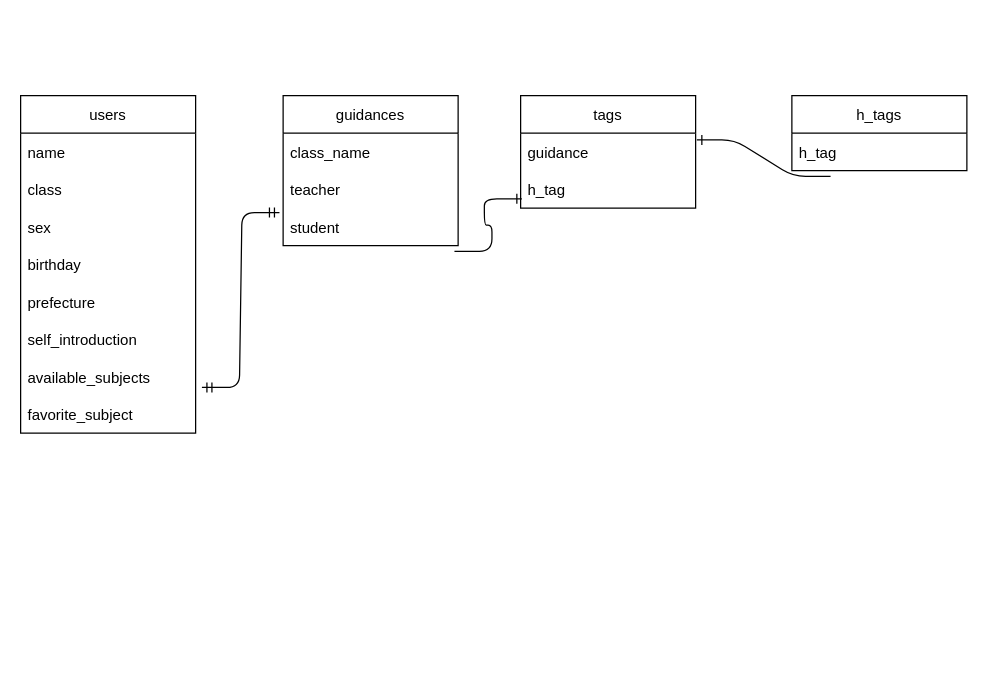
Before: ER.dio in kazukiti123/Edupace, a draw.io diagram. Source tidied: cells renumbered, new cells numbered last; positions are measured from the earlier drawing's top-left corner, leaving out a move shared by most shapes. Both pictures are drawn from the tidied source at 125%, with x=0, y=0 at pixel (20, 95).
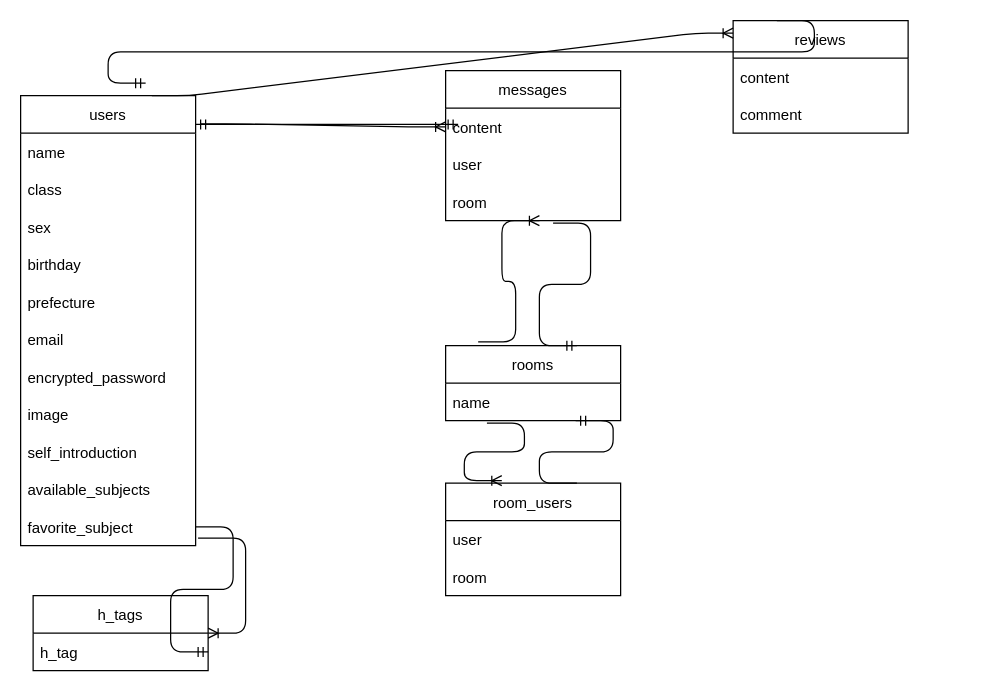
The same page after the edit.

Commit message (it also covers changes not shown here):
ER図とREADMEの記載

The change refers to these unchanged cells:
```xml
<mxCell id="16" value="h_tag" style="text;strokeColor=none;fillColor=none;align=left;verticalAlign=middle;spacingLeft=4;spacingRight=4;overflow=hidden;points=[[0,0.5],[1,0.5]];portConstraint=eastwest;" parent="15" vertex="1">
  <mxGeometry y="30" width="140" height="30" as="geometry" />
</mxCell>
```

The edit, as a diff of the source:
```diff
@@
     <mxCell id="2" value="users" style="swimlane;fontStyle=0;horizontal=1;startSize=30;" parent="1" vertex="1">
-      <mxGeometry width="140" height="270" as="geometry" />
+      <mxGeometry width="140" height="360" as="geometry" />
     </mxCell>
@@
+    <mxCell id="23" value="prefecture" style="text;strokeColor=none;fillColor=none;align=left;verticalAlign=middle;spacingLeft=4;spacingRight=4;overflow=hidden;" parent="2" vertex="1">
+      <mxGeometry y="150" width="140" height="30" as="geometry" />
+    </mxCell>
+    <mxCell id="24" value="email" style="text;strokeColor=none;fillColor=none;align=left;verticalAlign=middle;spacingLeft=4;spacingRight=4;overflow=hidden;" parent="2" vertex="1">
+      <mxGeometry y="180" width="140" height="30" as="geometry" />
+    </mxCell>
+    <mxCell id="25" value="encrypted_password" style="text;strokeColor=none;fillColor=none;align=left;verticalAlign=middle;spacingLeft=4;spacingRight=4;overflow=hidden;" parent="2" vertex="1">
+      <mxGeometry y="210" width="140" height="30" as="geometry" />
+    </mxCell>
-    <mxCell id="7" value="prefecture" style="text;strokeColor=none;fillColor=none;align=left;verticalAlign=middle;spacingLeft=4;spacingRight=4;overflow=hidden;" parent="2" vertex="1">
-      <mxGeometry y="150" width="140" height="30" as="geometry" />
+    <mxCell id="7" value="image" style="text;strokeColor=none;fillColor=none;align=left;verticalAlign=middle;spacingLeft=4;spacingRight=4;overflow=hidden;" parent="2" vertex="1">
+      <mxGeometry y="240" width="140" height="30" as="geometry" />
     </mxCell>
     <mxCell id="8" value="self_introduction" style="text;strokeColor=none;fillColor=none;align=left;verticalAlign=middle;spacingLeft=4;spacingRight=4;overflow=hidden;" parent="2" vertex="1">
-      <mxGeometry y="180" width="140" height="30" as="geometry" />
+      <mxGeometry y="270" width="140" height="30" as="geometry" />
     </mxCell>
     <mxCell id="9" value="available_subjects" style="text;strokeColor=none;fillColor=none;align=left;verticalAlign=middle;spacingLeft=4;spacingRight=4;overflow=hidden;points=[[0,0.5],[1,0.5]];portConstraint=eastwest;" parent="2" vertex="1">
-      <mxGeometry y="210" width="140" height="30" as="geometry" />
+      <mxGeometry y="300" width="140" height="30" as="geometry" />
     </mxCell>
     <mxCell id="10" value="favorite_subject" style="text;strokeColor=none;fillColor=none;align=left;verticalAlign=middle;spacingLeft=4;spacingRight=4;overflow=hidden;points=[[0,0.5],[1,0.5]];portConstraint=eastwest;" parent="2" vertex="1">
-      <mxGeometry y="240" width="140" height="30" as="geometry" />
+      <mxGeometry y="330" width="140" height="30" as="geometry" />
     </mxCell>
-    <mxCell id="11" value="guidances" style="swimlane;fontStyle=0;horizontal=1;startSize=30;" parent="1" vertex="1">
-      <mxGeometry x="210" width="140" height="120" as="geometry" />
-    </mxCell>
-    <mxCell id="12" value="class_name" style="text;strokeColor=none;fillColor=none;align=left;verticalAlign=middle;spacingLeft=4;spacingRight=4;overflow=hidden;" parent="11" vertex="1">
-      <mxGeometry y="30" width="140" height="30" as="geometry" />
-    </mxCell>
-    <mxCell id="13" value="teacher" style="text;strokeColor=none;fillColor=none;align=left;verticalAlign=middle;spacingLeft=4;spacingRight=4;overflow=hidden;" parent="11" vertex="1">
-      <mxGeometry y="60" width="140" height="30" as="geometry" />
-    </mxCell>
-    <mxCell id="14" value="student" style="text;strokeColor=none;fillColor=none;align=left;verticalAlign=middle;spacingLeft=4;spacingRight=4;overflow=hidden;points=[[0,0.5],[1,0.5]];portConstraint=eastwest;" parent="11" vertex="1">
-      <mxGeometry y="90" width="140" height="30" as="geometry" />
-    </mxCell>
     <mxCell id="15" value="h_tags" style="swimlane;fontStyle=0;horizontal=1;startSize=30;" parent="1" vertex="1">
-      <mxGeometry x="617" width="140" height="60" as="geometry" />
+      <mxGeometry x="10" y="400" width="140" height="60" as="geometry" />
     </mxCell>
@@
-    <mxCell id="17" value="tags" style="swimlane;fontStyle=0;horizontal=1;startSize=30;" parent="1" vertex="1">
-      <mxGeometry x="400" width="140" height="90" as="geometry" />
-    </mxCell>
-    <mxCell id="18" value="guidance" style="text;strokeColor=none;fillColor=none;align=left;verticalAlign=middle;spacingLeft=4;spacingRight=4;overflow=hidden;points=[[0,0.5],[1,0.5]];portConstraint=eastwest;" parent="17" vertex="1">
-      <mxGeometry y="30" width="140" height="30" as="geometry" />
-    </mxCell>
-    <mxCell id="19" value="h_tag" style="text;strokeColor=none;fillColor=none;align=left;verticalAlign=middle;spacingLeft=4;spacingRight=4;overflow=hidden;points=[[0,0.5],[1,0.5]];portConstraint=eastwest;" parent="17" vertex="1">
-      <mxGeometry y="60" width="140" height="30" as="geometry" />
-    </mxCell>
-    <mxCell id="20" style="edgeStyle=entityRelationEdgeStyle;fontSize=12;html=1;endArrow=ERmandOne;startArrow=ERmandOne;exitX=1.036;exitY=0.783;exitDx=0;exitDy=0;exitPerimeter=0;entryX=-0.021;entryY=0.117;entryDx=0;entryDy=0;entryPerimeter=0;" parent="1" edge="1" source="9" target="14">
-      <mxGeometry relative="1" as="geometry" />
-    </mxCell>
-    <mxCell id="21" style="edgeStyle=entityRelationEdgeStyle;fontSize=12;html=1;endArrow=ERone;endFill=1;entryX=0.007;entryY=0.75;entryDx=0;entryDy=0;entryPerimeter=0;exitX=0.979;exitY=1.15;exitDx=0;exitDy=0;exitPerimeter=0;" parent="1" edge="1" source="14" target="19">
-      <mxGeometry relative="1" as="geometry" />
-    </mxCell>
-    <mxCell id="22" style="edgeStyle=entityRelationEdgeStyle;fontSize=12;html=1;endArrow=ERone;endFill=1;exitX=0.221;exitY=1.15;exitDx=0;exitDy=0;exitPerimeter=0;entryX=1.007;entryY=0.183;entryDx=0;entryDy=0;entryPerimeter=0;" parent="1" edge="1" source="16" target="18">
-      <mxGeometry relative="1" as="geometry" />
+    <mxCell id="22" value="reviews" style="swimlane;fontStyle=0;horizontal=1;startSize=30;" parent="1" vertex="1">
+      <mxGeometry x="570" y="-60" width="140" height="90" as="geometry" />
     </mxCell>
+    <mxCell id="26" value="content" style="text;strokeColor=none;fillColor=none;align=left;verticalAlign=middle;spacingLeft=4;spacingRight=4;overflow=hidden;" parent="22" vertex="1">
+      <mxGeometry y="30" width="140" height="30" as="geometry" />
+    </mxCell>
+    <mxCell id="27" value="comment" style="text;strokeColor=none;fillColor=none;align=left;verticalAlign=middle;spacingLeft=4;spacingRight=4;overflow=hidden;" parent="22" vertex="1">
+      <mxGeometry y="60" width="140" height="30" as="geometry" />
+    </mxCell>
+    <mxCell id="28" value="messages" style="swimlane;fontStyle=0;horizontal=1;startSize=30;" parent="1" vertex="1">
+      <mxGeometry x="340" y="-20" width="140" height="120" as="geometry" />
+    </mxCell>
+    <mxCell id="29" value="content" style="text;strokeColor=none;fillColor=none;align=left;verticalAlign=middle;spacingLeft=4;spacingRight=4;overflow=hidden;points=[[0,0.5],[1,0.5]];portConstraint=eastwest;" parent="28" vertex="1">
+      <mxGeometry y="30" width="140" height="30" as="geometry" />
+    </mxCell>
+    <mxCell id="30" value="user" style="text;strokeColor=none;fillColor=none;align=left;verticalAlign=middle;spacingLeft=4;spacingRight=4;overflow=hidden;" parent="28" vertex="1">
+      <mxGeometry y="60" width="140" height="30" as="geometry" />
+    </mxCell>
+    <mxCell id="31" value="room" style="text;strokeColor=none;fillColor=none;align=left;verticalAlign=middle;spacingLeft=4;spacingRight=4;overflow=hidden;points=[[0,0.5],[1,0.5]];portConstraint=eastwest;" parent="28" vertex="1">
+      <mxGeometry y="90" width="140" height="30" as="geometry" />
+    </mxCell>
+    <mxCell id="32" value="rooms" style="swimlane;fontStyle=0;horizontal=1;startSize=30;" parent="1" vertex="1">
+      <mxGeometry x="340" y="200" width="140" height="60" as="geometry" />
+    </mxCell>
+    <mxCell id="33" value="name" style="text;strokeColor=none;fillColor=none;align=left;verticalAlign=middle;spacingLeft=4;spacingRight=4;overflow=hidden;points=[[0,0.5],[1,0.5]];portConstraint=eastwest;" parent="32" vertex="1">
+      <mxGeometry y="30" width="140" height="30" as="geometry" />
+    </mxCell>
+    <mxCell id="34" value="room_users" style="swimlane;fontStyle=0;horizontal=1;startSize=30;" parent="1" vertex="1">
+      <mxGeometry x="340" y="310" width="140" height="90" as="geometry" />
+    </mxCell>
+    <mxCell id="35" value="user" style="text;strokeColor=none;fillColor=none;align=left;verticalAlign=middle;spacingLeft=4;spacingRight=4;overflow=hidden;" parent="34" vertex="1">
+      <mxGeometry y="30" width="140" height="30" as="geometry" />
+    </mxCell>
+    <mxCell id="36" value="room" style="text;strokeColor=none;fillColor=none;align=left;verticalAlign=middle;spacingLeft=4;spacingRight=4;overflow=hidden;" parent="34" vertex="1">
+      <mxGeometry y="60" width="140" height="30" as="geometry" />
+    </mxCell>
+    <mxCell id="37" style="edgeStyle=entityRelationEdgeStyle;fontSize=12;html=1;endArrow=ERoneToMany;entryX=0;entryY=0.5;entryDx=0;entryDy=0;exitX=1.029;exitY=0.063;exitDx=0;exitDy=0;exitPerimeter=0;" parent="1" edge="1" source="2" target="29">
+      <mxGeometry relative="1" as="geometry" />
+    </mxCell>
+    <mxCell id="38" style="edgeStyle=entityRelationEdgeStyle;fontSize=12;html=1;endArrow=ERmandOne;startArrow=ERmandOne;exitX=1;exitY=0.064;exitDx=0;exitDy=0;exitPerimeter=0;" parent="1" edge="1" source="2">
+      <mxGeometry relative="1" as="geometry">
+        <mxPoint x="350" y="23" as="targetPoint" />
+      </mxGeometry>
+    </mxCell>
+    <mxCell id="39" style="edgeStyle=entityRelationEdgeStyle;fontSize=12;html=1;endArrow=ERoneToMany;exitX=1.014;exitY=0.8;exitDx=0;exitDy=0;exitPerimeter=0;" parent="1" edge="1" source="10" target="15">
+      <mxGeometry relative="1" as="geometry" />
+    </mxCell>
+    <mxCell id="40" style="edgeStyle=entityRelationEdgeStyle;fontSize=12;html=1;endArrow=ERmandOne;exitX=1;exitY=0.5;exitDx=0;exitDy=0;entryX=1;entryY=0.5;entryDx=0;entryDy=0;" parent="1" edge="1" source="10" target="16">
+      <mxGeometry relative="1" as="geometry" />
+    </mxCell>
+    <mxCell id="41" style="edgeStyle=entityRelationEdgeStyle;fontSize=12;html=1;endArrow=ERoneToMany;exitX=0.236;exitY=1.067;exitDx=0;exitDy=0;exitPerimeter=0;entryX=0.321;entryY=-0.022;entryDx=0;entryDy=0;entryPerimeter=0;" parent="1" edge="1" source="33" target="34">
+      <mxGeometry relative="1" as="geometry" />
+    </mxCell>
+    <mxCell id="42" style="edgeStyle=entityRelationEdgeStyle;fontSize=12;html=1;endArrow=ERoneToMany;exitX=0.186;exitY=-0.05;exitDx=0;exitDy=0;exitPerimeter=0;entryX=0.536;entryY=1;entryDx=0;entryDy=0;entryPerimeter=0;" parent="1" edge="1" source="32" target="31">
+      <mxGeometry relative="1" as="geometry" />
+    </mxCell>
+    <mxCell id="43" style="edgeStyle=entityRelationEdgeStyle;fontSize=12;html=1;endArrow=ERmandOne;entryX=0.75;entryY=0;entryDx=0;entryDy=0;exitX=0.614;exitY=1.067;exitDx=0;exitDy=0;exitPerimeter=0;" parent="1" edge="1" source="31" target="32">
+      <mxGeometry relative="1" as="geometry" />
+    </mxCell>
+    <mxCell id="44" style="edgeStyle=entityRelationEdgeStyle;fontSize=12;html=1;endArrow=ERmandOne;entryX=0.743;entryY=1;entryDx=0;entryDy=0;entryPerimeter=0;exitX=0.75;exitY=0;exitDx=0;exitDy=0;" parent="1" edge="1" source="34" target="33">
+      <mxGeometry relative="1" as="geometry" />
+    </mxCell>
+    <mxCell id="45" style="edgeStyle=entityRelationEdgeStyle;fontSize=12;html=1;endArrow=ERoneToMany;exitX=0.75;exitY=0;exitDx=0;exitDy=0;" parent="1" edge="1" source="2">
+      <mxGeometry relative="1" as="geometry">
+        <mxPoint x="570" y="-50" as="targetPoint" />
+      </mxGeometry>
+    </mxCell>
+    <mxCell id="46" style="edgeStyle=entityRelationEdgeStyle;fontSize=12;html=1;endArrow=ERmandOne;exitX=0.25;exitY=0;exitDx=0;exitDy=0;" parent="1" edge="1" source="22">
+      <mxGeometry relative="1" as="geometry">
+        <mxPoint x="100" y="-10" as="targetPoint" />
+      </mxGeometry>
+    </mxCell>
```
